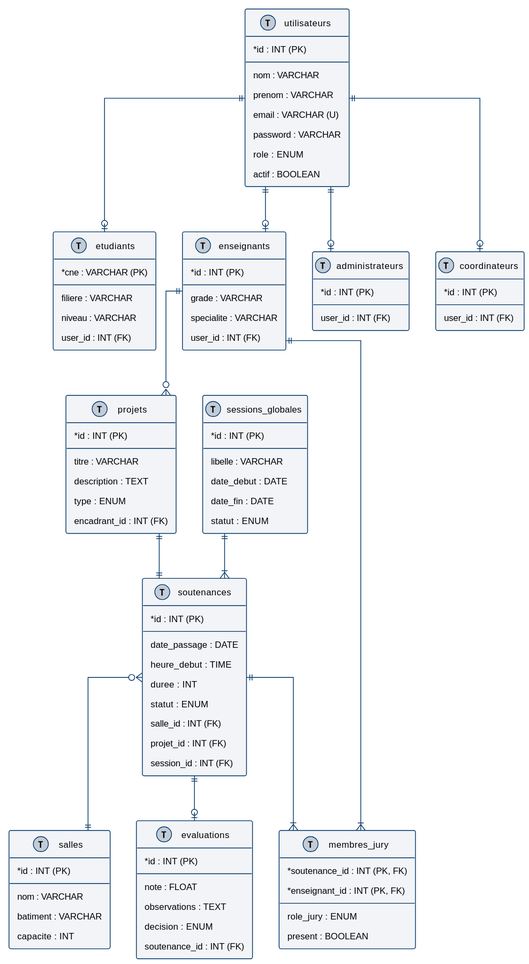
Before: diagrams/svg/mld_schema.svg, a diagram exported from PlantUML (abdelaziz-ebourki/system-gestion-soutenance). The source it was exported from:
```plantuml
@startuml
!theme pfe from .

skinparam Linetype ortho

entity "utilisateurs" as user << (T, #c2ccd7) >> {
  * id : INT (PK)
  --
  nom : VARCHAR
  prenom : VARCHAR
  email : VARCHAR (U)
  password : VARCHAR
  role : ENUM
  actif : BOOLEAN
}

entity "etudiants" as student << (T, #c2ccd7) >> {
  * cne : VARCHAR (PK)
  --
  filiere : VARCHAR
  niveau : VARCHAR
  user_id : INT (FK)
}

entity "enseignants" as prof << (T, #c2ccd7) >> {
  * id : INT (PK)
  --
  grade : VARCHAR
  specialite : VARCHAR
  user_id : INT (FK)
}

entity "administrateurs" as admin << (T, #c2ccd7) >> {
  * id : INT (PK)
  --
  user_id : INT (FK)
}

entity "coordinateurs" as coord << (T, #c2ccd7) >> {
  * id : INT (PK)
  --
  user_id : INT (FK)
}

entity "sessions_globales" as session << (T, #c2ccd7) >> {
  * id : INT (PK)
  --
  libelle : VARCHAR
  date_debut : DATE
  date_fin : DATE
  statut : ENUM
}

entity "projets" as project << (T, #c2ccd7) >> {
  * id : INT (PK)
  --
  titre : VARCHAR
  description : TEXT
  type : ENUM
  encadrant_id : INT (FK)
}

entity "salles" as room << (T, #c2ccd7) >> {
  * id : INT (PK)
  --
  nom : VARCHAR
  batiment : VARCHAR
  capacite : INT
}

entity "soutenances" as soutenance << (T, #c2ccd7) >> {
  * id : INT (PK)
  --
  date_passage : DATE
  heure_debut : TIME
  duree : INT
  statut : ENUM
  salle_id : INT (FK)
  projet_id : INT (FK)
  session_id : INT (FK)
}

entity "membres_jury" as jury << (T, #c2ccd7) >> {
  * soutenance_id : INT (PK, FK)
  * enseignant_id : INT (PK, FK)
  --
  role_jury : ENUM
  present : BOOLEAN
}

entity "evaluations" as eval << (T, #c2ccd7) >> {
  * id : INT (PK)
  --
  note : FLOAT
  observations : TEXT
  decision : ENUM
  soutenance_id : INT (FK)
}

user ||--o| student
user ||--o| prof
user ||--o| admin
user ||--o| coord

prof ||--o{ project
project ||--|| soutenance
session ||--|{ soutenance
soutenance }o--|| room
soutenance ||--o| eval
soutenance ||--|{ jury
prof ||--|{ jury
@enduml
```
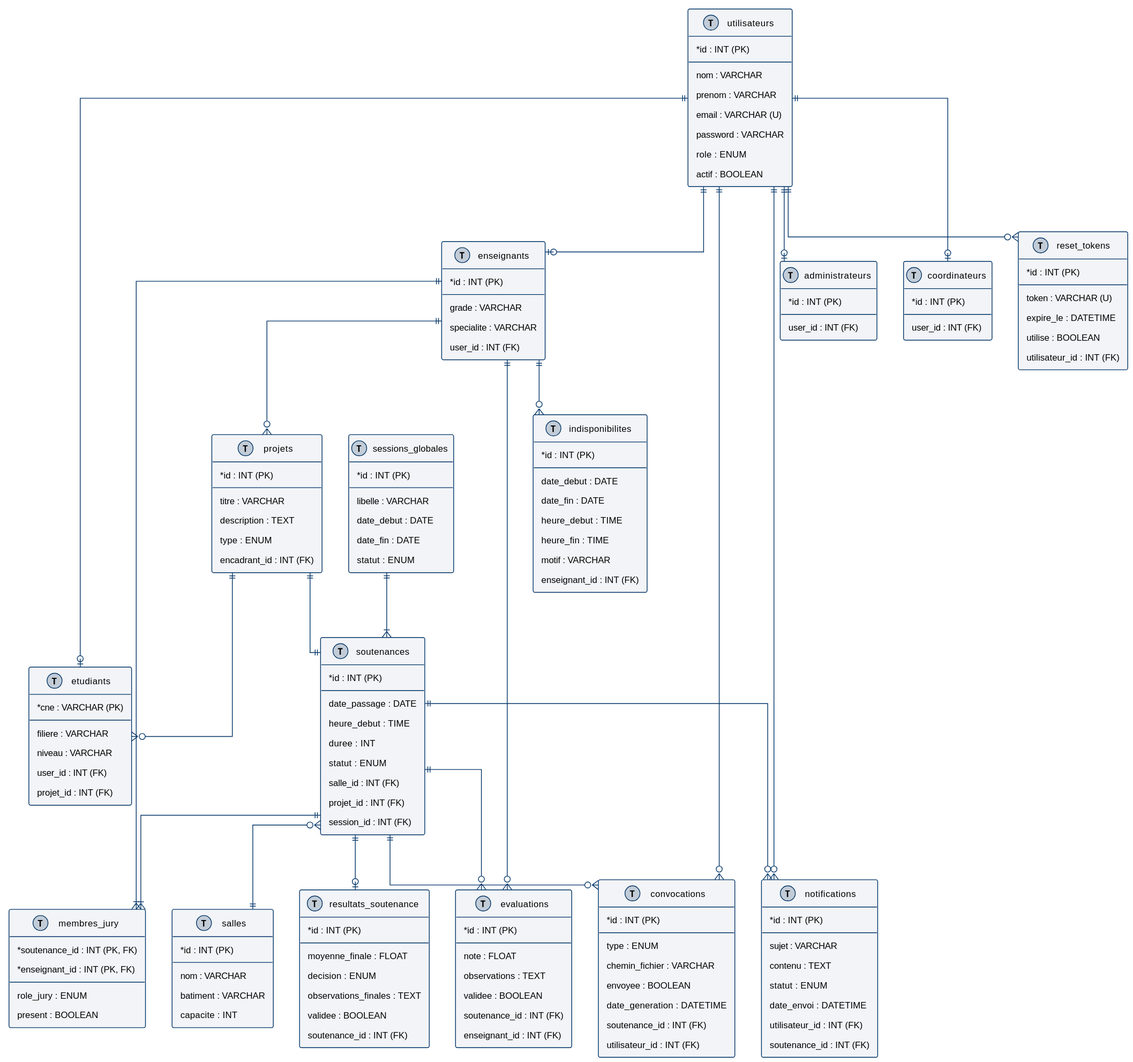
After the commit.

Diff of the diagram source:
```diff
@@ -20,6 +20,7 @@
   filiere : VARCHAR
   niveau : VARCHAR
   user_id : INT (FK)
+  projet_id : INT (FK)
 }
 
 entity "enseignants" as prof << (T, #c2ccd7) >> {
@@ -93,8 +94,61 @@
   --
   note : FLOAT
   observations : TEXT
+  validee : BOOLEAN
+  soutenance_id : INT (FK)
+  enseignant_id : INT (FK)
+}
+
+entity "resultats_soutenance" as result << (T, #c2ccd7) >> {
+  * id : INT (PK)
+  --
+  moyenne_finale : FLOAT
   decision : ENUM
+  observations_finales : TEXT
+  validee : BOOLEAN
   soutenance_id : INT (FK)
+}
+
+entity "convocations" as convocation << (T, #c2ccd7) >> {
+  * id : INT (PK)
+  --
+  type : ENUM
+  chemin_fichier : VARCHAR
+  envoyee : BOOLEAN
+  date_generation : DATETIME
+  soutenance_id : INT (FK)
+  utilisateur_id : INT (FK)
+}
+
+entity "indisponibilites" as unavailability << (T, #c2ccd7) >> {
+  * id : INT (PK)
+  --
+  date_debut : DATE
+  date_fin : DATE
+  heure_debut : TIME
+  heure_fin : TIME
+  motif : VARCHAR
+  enseignant_id : INT (FK)
+}
+
+entity "notifications" as notification << (T, #c2ccd7) >> {
+  * id : INT (PK)
+  --
+  sujet : VARCHAR
+  contenu : TEXT
+  statut : ENUM
+  date_envoi : DATETIME
+  utilisateur_id : INT (FK)
+  soutenance_id : INT (FK)
+}
+
+entity "reset_tokens" as token << (T, #c2ccd7) >> {
+  * id : INT (PK)
+  --
+  token : VARCHAR (U)
+  expire_le : DATETIME
+  utilise : BOOLEAN
+  utilisateur_id : INT (FK)
 }
 
 user ||--o| student
@@ -103,10 +157,19 @@
 user ||--o| coord
 
 prof ||--o{ project
+project ||--o{ student
 project ||--|| soutenance
 session ||--|{ soutenance
 soutenance }o--|| room
-soutenance ||--o| eval
+soutenance ||--o{ eval
+soutenance ||--o| result
 soutenance ||--|{ jury
 prof ||--|{ jury
+prof ||--o{ eval
+prof ||--o{ unavailability
+soutenance ||--o{ convocation
+user ||--o{ convocation
+user ||--o{ notification
+soutenance ||--o{ notification
+user ||--o{ token
 @enduml
```
